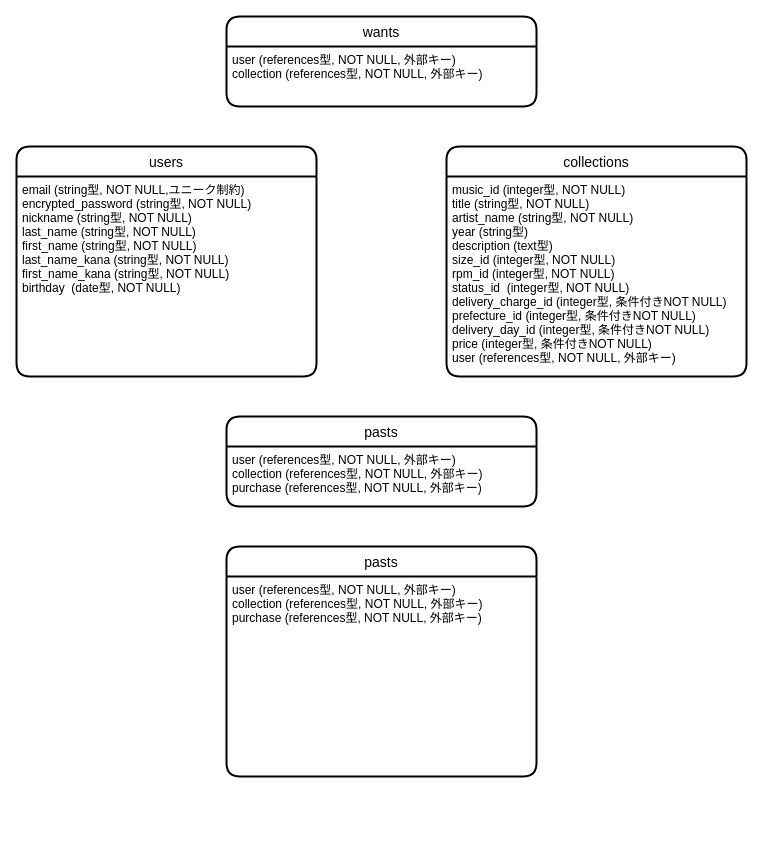
This is E R .dio from mimimiguchi/collection_of_record_junkies, a draw.io file, before an edit. Source tidied: cells renumbered, new cells numbered last; positions are measured from the earlier drawing's top-left corner, leaving out a move shared by most shapes. Both pictures are drawn from the tidied source at 100%, with x=0, y=0 at pixel (16, 16).
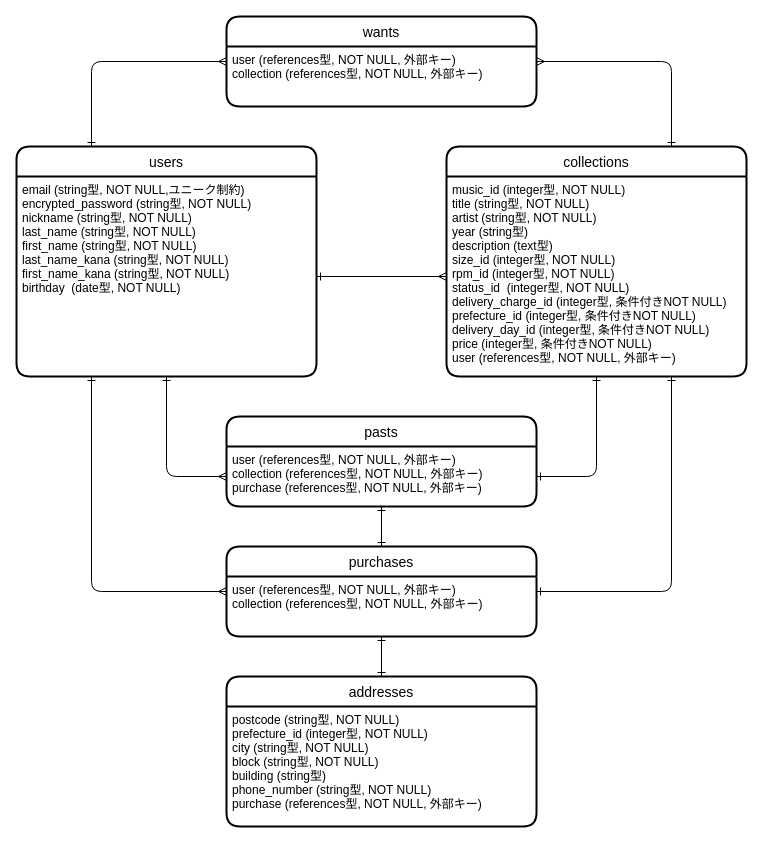
The same diagram, later.

Unchanged cells that the change refers to:
```xml
<mxCell id="2" value="users" style="swimlane;horizontal=1;startSize=30;rounded=1;fontSize=14;fontStyle=0;strokeWidth=2;shadow=0;dashed=0;align=center;" parent="1" vertex="1">
  <mxGeometry y="130" width="300" height="230" as="geometry" />
</mxCell>
<mxCell id="3" value="email (string型, NOT NULL,ユニーク制約)&#10;encrypted_password (string型, NOT NULL)&#10;nickname (string型, NOT NULL)&#10;last_name (string型, NOT NULL)&#10;first_name (string型, NOT NULL)&#10;last_name_kana (string型, NOT NULL)&#10;first_name_kana (string型, NOT NULL)&#10;birthday  (date型, NOT NULL)" style="align=left;strokeColor=none;fillColor=none;spacingLeft=4;fontSize=12;verticalAlign=top;" parent="2" vertex="1">
  <mxGeometry y="30" width="300" height="200" as="geometry" />
</mxCell>
<mxCell id="4" value="collections" style="swimlane;horizontal=1;startSize=30;rounded=1;fontSize=14;fontStyle=0;strokeWidth=2;shadow=0;dashed=0;align=center;" parent="1" vertex="1">
  <mxGeometry x="430" y="130" width="300" height="230" as="geometry" />
</mxCell>
<mxCell id="6" value="wants" style="swimlane;horizontal=1;startSize=30;rounded=1;fontSize=14;fontStyle=0;strokeWidth=2;shadow=0;dashed=0;align=center;" parent="1" vertex="1">
  <mxGeometry x="210" width="310" height="90" as="geometry" />
</mxCell>
<mxCell id="7" value="user (references型, NOT NULL, 外部キー)&#10;collection (references型, NOT NULL, 外部キー)" style="align=left;strokeColor=none;fillColor=none;spacingLeft=4;fontSize=12;verticalAlign=top;" parent="6" vertex="1">
  <mxGeometry y="30" width="310" height="60" as="geometry" />
</mxCell>
<mxCell id="9" value="user (references型, NOT NULL, 外部キー)&#10;collection (references型, NOT NULL, 外部キー)&#10;purchase (references型, NOT NULL, 外部キー)" style="align=left;strokeColor=none;fillColor=none;spacingLeft=4;fontSize=12;verticalAlign=top;" parent="8" vertex="1">
  <mxGeometry y="30" width="310" height="60" as="geometry" />
</mxCell>
```

The edit, as a diff of the source:
```diff
@@
+    <mxCell id="12" style="edgeStyle=none;html=1;exitX=0.25;exitY=0;exitDx=0;exitDy=0;entryX=0;entryY=0.5;entryDx=0;entryDy=0;startArrow=ERone;startFill=0;endArrow=ERmany;endFill=0;" parent="1" edge="1" source="2" target="6">
+      <mxGeometry relative="1" as="geometry">
+        <Array as="points">
+          <mxPoint x="75" y="45" />
+        </Array>
+      </mxGeometry>
+    </mxCell>
@@
+    <mxCell id="13" style="edgeStyle=none;html=1;exitX=0.75;exitY=0;exitDx=0;exitDy=0;entryX=1;entryY=0.25;entryDx=0;entryDy=0;startArrow=ERone;startFill=0;endArrow=ERmany;endFill=0;" parent="1" edge="1" source="4" target="7">
+      <mxGeometry relative="1" as="geometry">
+        <Array as="points">
+          <mxPoint x="655" y="45" />
+        </Array>
+      </mxGeometry>
+    </mxCell>
@@
-    <mxCell id="5" value="music_id (integer型, NOT NULL)&#10;title (string型, NOT NULL)&#10;artist_name (string型, NOT NULL)&#10;year (string型)&#10;description (text型)&#10;size_id (integer型, NOT NULL)&#10;rpm_id (integer型, NOT NULL)&#10;status_id  (integer型, NOT NULL)&#10;delivery_charge_id (integer型, 条件付きNOT NULL)&#10;prefecture_id (integer型, 条件付きNOT NULL)&#10;delivery_day_id (integer型, 条件付きNOT NULL)&#10;price (integer型, 条件付きNOT NULL)&#10;user (references型, NOT NULL, 外部キー)" style="align=left;strokeColor=none;fillColor=none;spacingLeft=4;fontSize=12;verticalAlign=top;" parent="4" vertex="1">
+    <mxCell id="5" value="music_id (integer型, NOT NULL)&#10;title (string型, NOT NULL)&#10;artist (string型, NOT NULL)&#10;year (string型)&#10;description (text型)&#10;size_id (integer型, NOT NULL)&#10;rpm_id (integer型, NOT NULL)&#10;status_id  (integer型, NOT NULL)&#10;delivery_charge_id (integer型, 条件付きNOT NULL)&#10;prefecture_id (integer型, 条件付きNOT NULL)&#10;delivery_day_id (integer型, 条件付きNOT NULL)&#10;price (integer型, 条件付きNOT NULL)&#10;user (references型, NOT NULL, 外部キー)" style="align=left;strokeColor=none;fillColor=none;spacingLeft=4;fontSize=12;verticalAlign=top;" parent="4" vertex="1">
       <mxGeometry y="30" width="300" height="200" as="geometry" />
     </mxCell>
@@
+    <mxCell id="14" style="edgeStyle=none;html=1;exitX=0.5;exitY=0;exitDx=0;exitDy=0;entryX=0.5;entryY=1;entryDx=0;entryDy=0;startArrow=ERone;startFill=0;endArrow=ERone;endFill=0;" parent="1" edge="1" source="10" target="9">
+      <mxGeometry relative="1" as="geometry" />
+    </mxCell>
-    <mxCell id="10" value="pasts" style="swimlane;horizontal=1;startSize=30;rounded=1;fontSize=14;fontStyle=0;strokeWidth=2;shadow=0;dashed=0;align=center;" parent="1" vertex="1">
-      <mxGeometry x="210" y="530" width="310" height="230" as="geometry" />
+    <mxCell id="10" value="purchases" style="swimlane;horizontal=1;startSize=30;rounded=1;fontSize=14;fontStyle=0;strokeWidth=2;shadow=0;dashed=0;align=center;" parent="1" vertex="1">
+      <mxGeometry x="210" y="530" width="310" height="90" as="geometry" />
     </mxCell>
-    <mxCell id="11" value="user (references型, NOT NULL, 外部キー)&#10;collection (references型, NOT NULL, 外部キー)&#10;purchase (references型, NOT NULL, 外部キー)" style="align=left;strokeColor=none;fillColor=none;spacingLeft=4;fontSize=12;verticalAlign=top;" parent="10" vertex="1">
-      <mxGeometry y="30" width="310" height="200" as="geometry" />
+    <mxCell id="11" value="user (references型, NOT NULL, 外部キー)&#10;collection (references型, NOT NULL, 外部キー)" style="align=left;strokeColor=none;fillColor=none;spacingLeft=4;fontSize=12;verticalAlign=top;" parent="10" vertex="1">
+      <mxGeometry y="30" width="310" height="60" as="geometry" />
     </mxCell>
+    <mxCell id="15" value="addresses" style="swimlane;horizontal=1;startSize=30;rounded=1;fontSize=14;fontStyle=0;strokeWidth=2;shadow=0;dashed=0;align=center;" parent="1" vertex="1">
+      <mxGeometry x="210" y="660" width="310" height="150" as="geometry" />
+    </mxCell>
+    <mxCell id="16" value="postcode (string型, NOT NULL)&#10;prefecture_id (integer型, NOT NULL)&#10;city (string型, NOT NULL)&#10;block (string型, NOT NULL)&#10;building (string型)&#10;phone_number (string型, NOT NULL)&#10;purchase (references型, NOT NULL, 外部キー)" style="align=left;strokeColor=none;fillColor=none;spacingLeft=4;fontSize=12;verticalAlign=top;" parent="15" vertex="1">
+      <mxGeometry y="30" width="310" height="120" as="geometry" />
+    </mxCell>
+    <mxCell id="17" style="edgeStyle=none;html=1;exitX=1;exitY=0.5;exitDx=0;exitDy=0;endArrow=ERmany;endFill=0;startArrow=ERone;startFill=0;" parent="1" edge="1" source="3" target="5">
+      <mxGeometry relative="1" as="geometry" />
+    </mxCell>
+    <mxCell id="18" style="edgeStyle=none;html=1;exitX=0.5;exitY=1;exitDx=0;exitDy=0;entryX=0;entryY=0.5;entryDx=0;entryDy=0;startArrow=ERone;startFill=0;endArrow=ERmany;endFill=0;" parent="1" edge="1" source="3" target="9">
+      <mxGeometry relative="1" as="geometry">
+        <Array as="points">
+          <mxPoint x="150" y="460" />
+        </Array>
+      </mxGeometry>
+    </mxCell>
+    <mxCell id="19" style="edgeStyle=none;html=1;exitX=0.25;exitY=1;exitDx=0;exitDy=0;entryX=0;entryY=0.5;entryDx=0;entryDy=0;startArrow=ERone;startFill=0;endArrow=ERmany;endFill=0;" parent="1" edge="1" source="3" target="10">
+      <mxGeometry relative="1" as="geometry">
+        <Array as="points">
+          <mxPoint x="75" y="575" />
+        </Array>
+      </mxGeometry>
+    </mxCell>
+    <mxCell id="20" style="edgeStyle=none;html=1;exitX=0.5;exitY=1;exitDx=0;exitDy=0;entryX=1;entryY=0.5;entryDx=0;entryDy=0;startArrow=ERone;startFill=0;endArrow=ERone;endFill=0;" parent="1" edge="1" source="5" target="9">
+      <mxGeometry relative="1" as="geometry">
+        <Array as="points">
+          <mxPoint x="580" y="460" />
+        </Array>
+      </mxGeometry>
+    </mxCell>
+    <mxCell id="21" style="edgeStyle=none;html=1;exitX=0.75;exitY=1;exitDx=0;exitDy=0;entryX=1;entryY=0.25;entryDx=0;entryDy=0;startArrow=ERone;startFill=0;endArrow=ERone;endFill=0;" parent="1" edge="1" source="5" target="11">
+      <mxGeometry relative="1" as="geometry">
+        <Array as="points">
+          <mxPoint x="655" y="575" />
+        </Array>
+      </mxGeometry>
+    </mxCell>
+    <mxCell id="22" style="edgeStyle=none;html=1;exitX=0.5;exitY=1;exitDx=0;exitDy=0;entryX=0.5;entryY=0;entryDx=0;entryDy=0;startArrow=ERone;startFill=0;endArrow=ERone;endFill=0;" parent="1" edge="1" source="11" target="15">
+      <mxGeometry relative="1" as="geometry" />
+    </mxCell>
```
